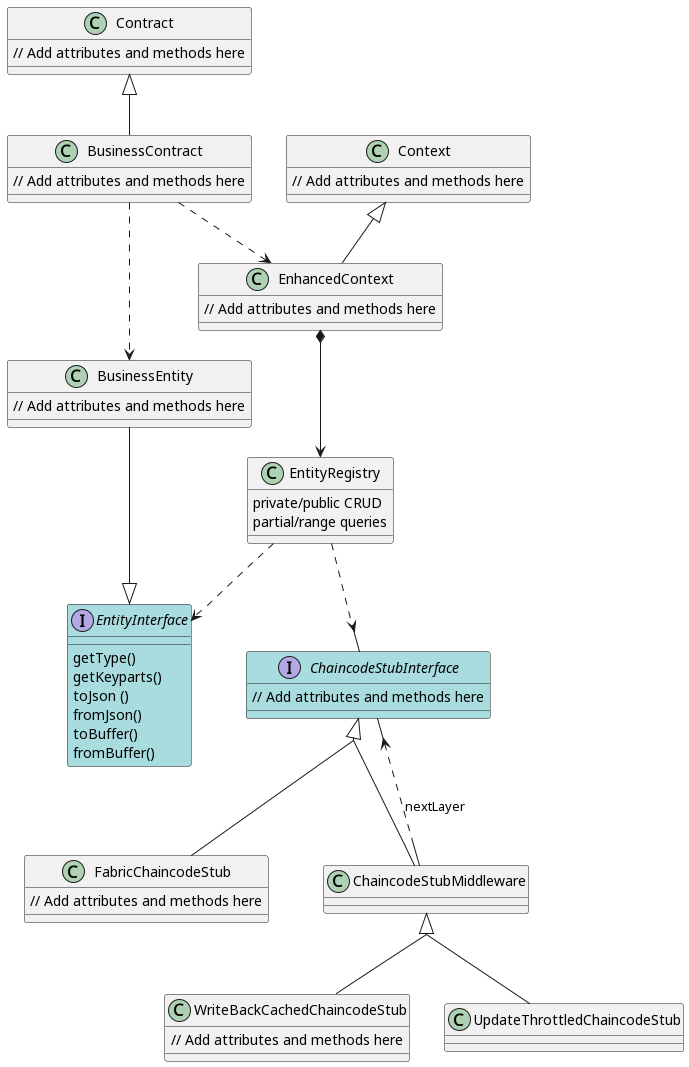
Earlier version of the PlantUML export smart-contract/hyperledger-fabric/v2/java/figures/class/Specificaton.png (ftsrg/blockchain-benchmarks-tpcc).
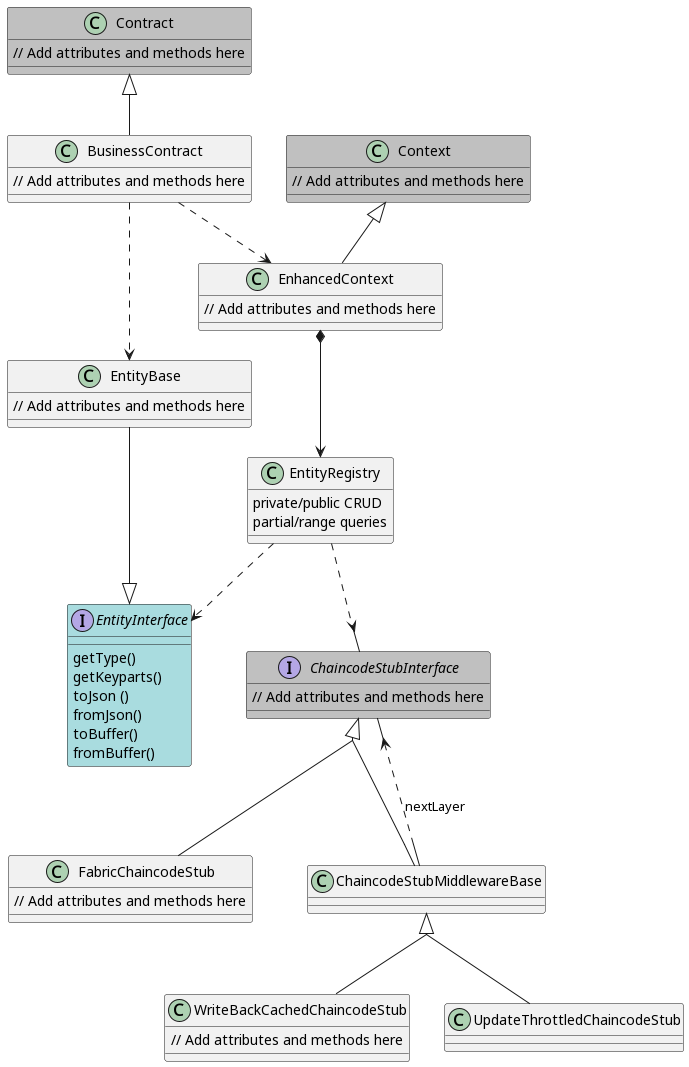
After the change.

What changed in the source:
```diff
@@ -2,20 +2,20 @@
 skinparam groupInheritance 2
 Contract <|-- BusinessContract
 BusinessContract ..> EnhancedContext
-BusinessContract ..> BusinessEntity
+BusinessContract ..> EntityBase
 EnhancedContext *--> EntityRegistry
-BusinessEntity --|> EntityInterface
+EntityBase --|> EntityInterface
 EntityRegistry ..> EntityInterface
 Context <|-- EnhancedContext
 EntityRegistry ..> ChaincodeStubInterface
 
 ChaincodeStubInterface <|-- FabricChaincodeStub
-ChaincodeStubInterface <|-- ChaincodeStubMiddleware
+ChaincodeStubInterface <|-- ChaincodeStubMiddlewareBase
 
-ChaincodeStubMiddleware ..> ChaincodeStubInterface:  nextLayer
+ChaincodeStubMiddlewareBase ..> ChaincodeStubInterface:  nextLayer
 
-ChaincodeStubMiddleware <|-- WriteBackCachedChaincodeStub
-ChaincodeStubMiddleware <|-- UpdateThrottledChaincodeStub
+ChaincodeStubMiddlewareBase <|-- WriteBackCachedChaincodeStub
+ChaincodeStubMiddlewareBase <|-- UpdateThrottledChaincodeStub
 
 
 class BusinessContract {
@@ -39,15 +39,15 @@
   // Add attributes and methods here
 }
 
-class BusinessEntity {
+class EntityBase {
   // Add attributes and methods here
 }
 
-class Contract {
+class Contract #C0C0C0{
   // Add attributes and methods here
 }
 
-class Context {
+class Context #C0C0C0{
   // Add attributes and methods here
 }
 
@@ -61,8 +61,11 @@
 
 }
 
-interface ChaincodeStubInterface #A9DCDF{
+interface ChaincodeStubInterface #C0C0C0{
   // Add attributes and methods here
+}
+class ChaincodeStubMiddlewareBase {
+
 }
 
 @enduml
```
